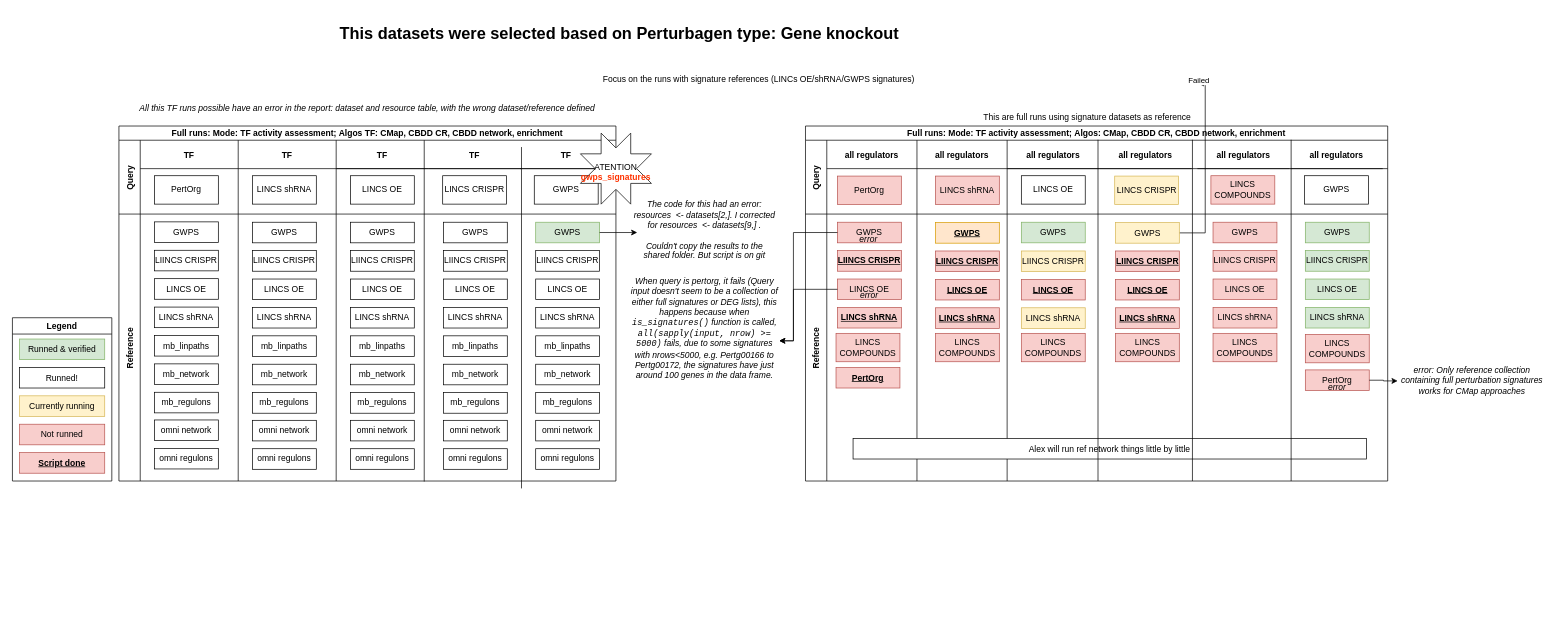
The draw.io diagram run_results_tracker.drawio in mivgomes/drawio, before the edit. Source tidied: cells renumbered, new cells numbered last; positions are measured from the earlier drawing's top-left corner, leaving out a move shared by most shapes. Both pictures are drawn from the tidied source at 71%, with x=0, y=0 at pixel (12, 19).
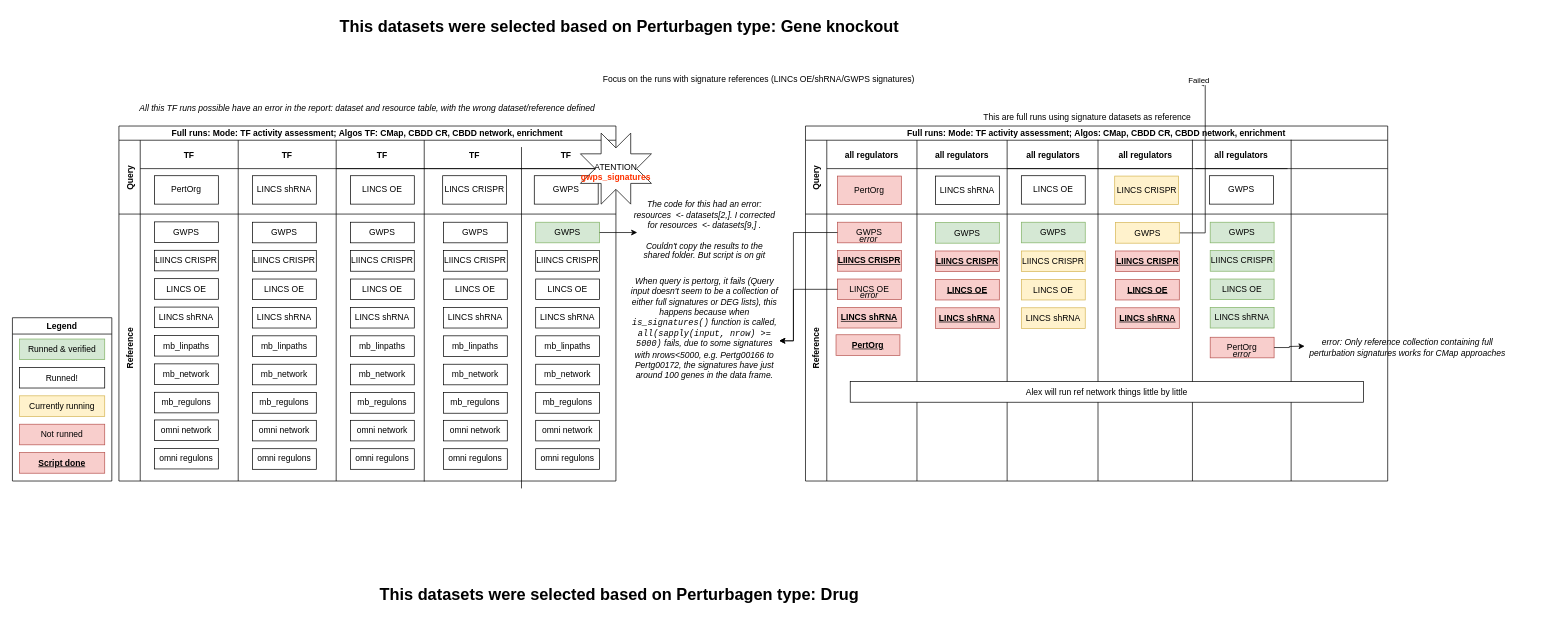
After the change.

Unchanged cells that the change refers to:
```xml
<mxCell id="76" style="swimlane;swimlaneHead=0;swimlaneBody=0;fillColor=none;startSize=40;fontStyle=1;" parent="73" vertex="1">
  <mxGeometry x="284" width="536" height="104" as="geometry" />
</mxCell>
<mxCell id="85" style="swimlane;swimlaneHead=0;swimlaneBody=0;fillColor=none;startSize=0;fontStyle=1;" parent="84" vertex="1">
  <mxGeometry x="30" width="127" height="376" as="geometry" />
</mxCell>
<mxCell id="89" style="swimlane;swimlaneHead=0;swimlaneBody=0;fillColor=none;startSize=0;fontStyle=1;" parent="84" vertex="1">
  <mxGeometry x="157" width="127" height="376" as="geometry" />
</mxCell>
<mxCell id="102" style="swimlane;swimlaneHead=0;swimlaneBody=0;fillColor=none;startSize=0;fontStyle=1;" parent="84" vertex="1">
  <mxGeometry x="284" width="536" height="376" as="geometry" />
</mxCell>
```

The edit, as a diff of the source:
```diff
@@
-    <mxCell id="77" value="all regulators" style="swimlane;swimlaneHead=0;swimlaneBody=0;fillColor=none;startSize=40;fontStyle=1;" parent="76" vertex="1">
-      <mxGeometry x="399" width="130" height="104" as="geometry" />
-    </mxCell>
-    <mxCell id="78" value="GWPS" style="rounded=0;whiteSpace=wrap;html=1;" parent="77" vertex="1">
-      <mxGeometry x="20" y="50" width="90" height="40" as="geometry" />
-    </mxCell>
@@
-    <mxCell id="82" value="all regulators" style="swimlane;swimlaneHead=0;swimlaneBody=0;fillColor=none;startSize=40;fontStyle=1;" parent="76" vertex="1">
-      <mxGeometry x="268" width="130" height="104" as="geometry" />
-    </mxCell>
-    <mxCell id="83" value="LINCS COMPOUNDS" style="rounded=0;whiteSpace=wrap;html=1;fillColor=#f8cecc;strokeColor=#b85450;" parent="82" vertex="1">
-      <mxGeometry x="19" y="50" width="90" height="40" as="geometry" />
-    </mxCell>
@@
     <mxCell id="86" value="PertOrg" style="rounded=0;whiteSpace=wrap;html=1;fillColor=#f8cecc;strokeColor=#b85450;fontStyle=5;" parent="85" vertex="1">
-      <mxGeometry x="13" y="216" width="90" height="29" as="geometry" />
+      <mxGeometry x="13" y="170" width="90" height="29" as="geometry" />
     </mxCell>
-    <mxCell id="87" value="LINCS COMPOUNDS" style="rounded=0;whiteSpace=wrap;html=1;fillColor=#f8cecc;strokeColor=#b85450;" parent="85" vertex="1">
-      <mxGeometry x="13" y="168" width="90" height="40" as="geometry" />
-    </mxCell>
-    <mxCell id="88" value="&lt;span style=&quot;text-align: left;&quot;&gt;Alex will run ref network things little by little&lt;/span&gt;" style="rounded=0;whiteSpace=wrap;html=1;" parent="85" vertex="1">
-      <mxGeometry x="37" y="316" width="723" height="29" as="geometry" />
-    </mxCell>
@@
-    <mxCell id="91" value="LINCS shRNA" style="rounded=0;whiteSpace=wrap;html=1;fillColor=#f8cecc;strokeColor=#b85450;" parent="89" vertex="1">
+    <mxCell id="91" value="LINCS shRNA" style="rounded=0;whiteSpace=wrap;html=1;" parent="89" vertex="1">
       <mxGeometry x="26" y="-53.5" width="90" height="40" as="geometry" />
     </mxCell>
@@
-    <mxCell id="96" value="GWPS" style="rounded=0;whiteSpace=wrap;html=1;fillColor=#ffe6cc;strokeColor=#d79b00;fontStyle=5;" parent="89" vertex="1">
+    <mxCell id="96" value="GWPS" style="rounded=0;whiteSpace=wrap;html=1;fillColor=#d5e8d4;strokeColor=#82b366;fontStyle=0;" parent="89" vertex="1">
       <mxGeometry x="26" y="12" width="90" height="29" as="geometry" />
     </mxCell>
@@
-    <mxCell id="101" value="LINCS COMPOUNDS" style="rounded=0;whiteSpace=wrap;html=1;fillColor=#f8cecc;strokeColor=#b85450;" parent="89" vertex="1">
-      <mxGeometry x="26" y="168" width="90" height="40" as="geometry" />
-    </mxCell>
@@
-    <mxCell id="103" style="swimlane;swimlaneHead=0;swimlaneBody=0;fillColor=none;startSize=0;fontStyle=1;" parent="102" vertex="1">
-      <mxGeometry x="400" width="130" height="376" as="geometry" />
-    </mxCell>
-    <mxCell id="104" value="GWPS" style="rounded=0;whiteSpace=wrap;html=1;fontStyle=0;fillColor=#d5e8d4;strokeColor=#82b366;" parent="103" vertex="1">
-      <mxGeometry x="20" y="11.5" width="90" height="29" as="geometry" />
-    </mxCell>
-    <mxCell id="105" value="LIINCS CRISPR" style="rounded=0;whiteSpace=wrap;html=1;fillColor=#d5e8d4;strokeColor=#82b366;" parent="103" vertex="1">
-      <mxGeometry x="20" y="51.5" width="90" height="29" as="geometry" />
-    </mxCell>
-    <mxCell id="106" value="LINCS OE" style="rounded=0;whiteSpace=wrap;html=1;fillColor=#d5e8d4;strokeColor=#82b366;" parent="103" vertex="1">
-      <mxGeometry x="20" y="91.5" width="90" height="29" as="geometry" />
-    </mxCell>
-    <mxCell id="107" value="LINCS shRNA" style="rounded=0;whiteSpace=wrap;html=1;fillColor=#d5e8d4;strokeColor=#82b366;" parent="103" vertex="1">
-      <mxGeometry x="20" y="131.5" width="90" height="29" as="geometry" />
-    </mxCell>
-    <mxCell id="108" value="PertOrg" style="rounded=0;whiteSpace=wrap;html=1;fillColor=#f8cecc;strokeColor=#b85450;" parent="103" vertex="1">
-      <mxGeometry x="20" y="219.5" width="90" height="29" as="geometry" />
-    </mxCell>
-    <mxCell id="109" value="error" style="text;html=1;align=center;verticalAlign=middle;whiteSpace=wrap;rounded=0;fontStyle=2;" parent="103" vertex="1">
-      <mxGeometry x="35" y="228.5" width="60" height="30" as="geometry" />
-    </mxCell>
-    <mxCell id="110" value="LINCS COMPOUNDS" style="rounded=0;whiteSpace=wrap;html=1;fillColor=#f8cecc;strokeColor=#b85450;" parent="103" vertex="1">
-      <mxGeometry x="20" y="169.5" width="90" height="40" as="geometry" />
-    </mxCell>
@@
-    <mxCell id="114" value="&lt;b&gt;&lt;u&gt;LINCS OE&lt;/u&gt;&lt;/b&gt;" style="rounded=0;whiteSpace=wrap;html=1;fillColor=#f8cecc;strokeColor=#b85450;" parent="102" vertex="1">
+    <mxCell id="114" value="&lt;span&gt;&lt;span&gt;LINCS OE&lt;/span&gt;&lt;/span&gt;" style="rounded=0;whiteSpace=wrap;html=1;fillColor=#fff2cc;strokeColor=#d6b656;fontStyle=0;" parent="102" vertex="1">
       <mxGeometry x="20" y="92" width="90" height="29" as="geometry" />
     </mxCell>
@@
-    <mxCell id="125" value="GWPS" style="rounded=0;whiteSpace=wrap;html=1;fillColor=#f8cecc;strokeColor=#b85450;fontStyle=0;" parent="102" vertex="1">
-      <mxGeometry x="290" y="11.5" width="90" height="29" as="geometry" />
-    </mxCell>
-    <mxCell id="126" value="LIINCS CRISPR" style="rounded=0;whiteSpace=wrap;html=1;fillColor=#f8cecc;strokeColor=#b85450;fontStyle=0;" parent="102" vertex="1">
-      <mxGeometry x="290" y="51.5" width="90" height="29" as="geometry" />
-    </mxCell>
-    <mxCell id="127" value="LINCS OE" style="rounded=0;whiteSpace=wrap;html=1;fillColor=#f8cecc;strokeColor=#b85450;fontStyle=0;" parent="102" vertex="1">
-      <mxGeometry x="290" y="91.5" width="90" height="29" as="geometry" />
-    </mxCell>
-    <mxCell id="128" value="LINCS shRNA" style="rounded=0;whiteSpace=wrap;html=1;fillColor=#f8cecc;strokeColor=#b85450;fontStyle=0;" parent="102" vertex="1">
-      <mxGeometry x="290" y="131.5" width="90" height="29" as="geometry" />
-    </mxCell>
-    <mxCell id="129" value="LINCS COMPOUNDS" style="rounded=0;whiteSpace=wrap;html=1;fillColor=#f8cecc;strokeColor=#b85450;" parent="102" vertex="1">
-      <mxGeometry x="290" y="168" width="90" height="40" as="geometry" />
-    </mxCell>
-    <mxCell id="130" value="LINCS COMPOUNDS" style="rounded=0;whiteSpace=wrap;html=1;fillColor=#f8cecc;strokeColor=#b85450;" parent="102" vertex="1">
-      <mxGeometry x="152.5" y="168" width="90" height="40" as="geometry" />
-    </mxCell>
-    <mxCell id="131" value="LINCS COMPOUNDS" style="rounded=0;whiteSpace=wrap;html=1;fillColor=#f8cecc;strokeColor=#b85450;" parent="102" vertex="1">
-      <mxGeometry x="20" y="168" width="90" height="40" as="geometry" />
-    </mxCell>
+    <mxCell id="77" value="all regulators" style="swimlane;swimlaneHead=0;swimlaneBody=0;fillColor=none;startSize=40;fontStyle=1;" parent="102" vertex="1">
+      <mxGeometry x="265" y="-104" width="130" height="104" as="geometry" />
+    </mxCell>
+    <mxCell id="78" value="GWPS" style="rounded=0;whiteSpace=wrap;html=1;" parent="77" vertex="1">
+      <mxGeometry x="20" y="50" width="90" height="40" as="geometry" />
+    </mxCell>
+    <mxCell id="104" value="GWPS" style="rounded=0;whiteSpace=wrap;html=1;fontStyle=0;fillColor=#d5e8d4;strokeColor=#82b366;" parent="102" vertex="1">
+      <mxGeometry x="286" y="11.5" width="90" height="29" as="geometry" />
+    </mxCell>
+    <mxCell id="105" value="LIINCS CRISPR" style="rounded=0;whiteSpace=wrap;html=1;fillColor=#d5e8d4;strokeColor=#82b366;" parent="102" vertex="1">
+      <mxGeometry x="286" y="51.5" width="90" height="29" as="geometry" />
+    </mxCell>
+    <mxCell id="106" value="LINCS OE" style="rounded=0;whiteSpace=wrap;html=1;fillColor=#d5e8d4;strokeColor=#82b366;" parent="102" vertex="1">
+      <mxGeometry x="286" y="91.5" width="90" height="29" as="geometry" />
+    </mxCell>
+    <mxCell id="107" value="LINCS shRNA" style="rounded=0;whiteSpace=wrap;html=1;fillColor=#d5e8d4;strokeColor=#82b366;" parent="102" vertex="1">
+      <mxGeometry x="286" y="131.5" width="90" height="29" as="geometry" />
+    </mxCell>
+    <mxCell id="108" value="PertOrg" style="rounded=0;whiteSpace=wrap;html=1;fillColor=#f8cecc;strokeColor=#b85450;" parent="102" vertex="1">
+      <mxGeometry x="286" y="173.5" width="90" height="29" as="geometry" />
+    </mxCell>
+    <mxCell id="109" value="error" style="text;html=1;align=center;verticalAlign=middle;whiteSpace=wrap;rounded=0;fontStyle=2;" parent="102" vertex="1">
+      <mxGeometry x="301" y="182.5" width="60" height="30" as="geometry" />
+    </mxCell>
+    <mxCell id="147" style="edgeStyle=orthogonalEdgeStyle;rounded=0;jettySize=auto;html=1;" parent="102" edge="1" source="108">
+      <mxGeometry relative="1" as="geometry">
+        <mxPoint x="419" y="186" as="targetPoint" />
+      </mxGeometry>
+    </mxCell>
+    <mxCell id="146" value="&lt;span style=&quot;text-align: left;&quot;&gt;error: Only reference collection containing full perturbation signatures works for CMap approaches&lt;/span&gt;" style="text;html=1;align=center;verticalAlign=middle;whiteSpace=wrap;rounded=0;fontStyle=2;" parent="102" vertex="1">
+      <mxGeometry x="409" y="153" width="310" height="70" as="geometry" />
+    </mxCell>
+    <mxCell id="88" value="&lt;span style=&quot;text-align: left;&quot;&gt;Alex will run ref network things little by little&lt;/span&gt;" style="rounded=0;whiteSpace=wrap;html=1;" parent="102" vertex="1">
+      <mxGeometry x="-221" y="236" width="723" height="29" as="geometry" />
+    </mxCell>
@@
-    <mxCell id="146" value="&lt;span style=&quot;text-align: left;&quot;&gt;error: Only reference collection containing full perturbation signatures works for CMap approaches&lt;/span&gt;" style="text;html=1;align=center;verticalAlign=middle;whiteSpace=wrap;rounded=0;fontStyle=2;" parent="1" vertex="1">
-      <mxGeometry x="1951" y="474" width="210" height="70" as="geometry" />
-    </mxCell>
-    <mxCell id="147" style="edgeStyle=orthogonalEdgeStyle;rounded=0;jettySize=auto;html=1;entryX=0;entryY=0.5;entryDx=0;entryDy=0;" parent="1" edge="1" source="108" target="146">
-      <mxGeometry relative="1" as="geometry" />
-    </mxCell>
@@
     <mxCell id="149" value="This datasets were selected based on Perturbagen type: Gene&amp;nbsp;&lt;span&gt;knockout&lt;/span&gt;" style="text;html=1;align=center;verticalAlign=middle;whiteSpace=wrap;rounded=0;fontStyle=1;fontSize=23;" parent="1" vertex="1">
-      <mxGeometry x="410" width="890" height="40" as="geometry" />
+      <mxGeometry x="410" y="-10" width="890" height="40" as="geometry" />
     </mxCell>
+    <mxCell id="150" value="This datasets were selected based on Perturbagen type: Drug" style="text;html=1;align=center;verticalAlign=middle;whiteSpace=wrap;rounded=0;fontStyle=1;fontSize=23;" parent="1" vertex="1">
+      <mxGeometry x="410" y="790" width="890" height="40" as="geometry" />
+    </mxCell>
```
